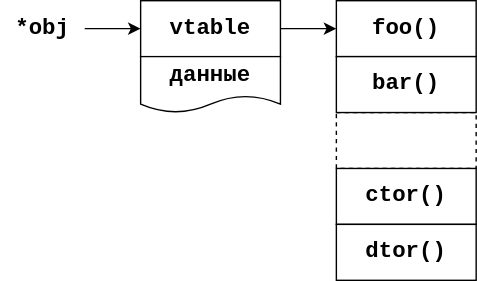
Earlier version of the draw.io export docs/architecture-vtable.svg (NauEngine/as). Source tidied: cells renumbered, new cells last; positions are measured from the earlier drawing's top-left corner, leaving out a move shared by most shapes.
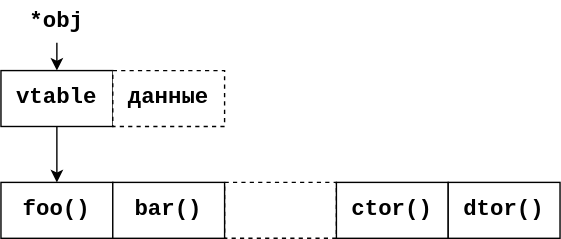
Above is the later version.

What changed in the source:
```diff
@@ -2,35 +2,35 @@
   <root>
     <mxCell id="0" />
     <mxCell id="1" parent="0" />
-    <mxCell id="2" style="edgeStyle=orthogonalEdgeStyle;rounded=0;jettySize=auto;html=1;" parent="1" edge="1" source="3" target="5">
+    <mxCell id="2" style="rounded=0;jettySize=auto;html=1;exitX=0.5;exitY=1;exitDx=0;exitDy=0;entryX=0.5;entryY=0;entryDx=0;entryDy=0;" parent="1" edge="1" source="3" target="5">
       <mxGeometry relative="1" as="geometry" />
     </mxCell>
     <mxCell id="3" value="*obj" style="text;html=1;align=center;verticalAlign=middle;whiteSpace=wrap;rounded=0;fontFamily=Courier New;fontStyle=1;fontSize=16;" parent="1" vertex="1">
-      <mxGeometry y="5" width="60" height="30" as="geometry" />
+      <mxGeometry x="110" y="-30" width="60" height="30" as="geometry" />
     </mxCell>
-    <mxCell id="4" style="edgeStyle=orthogonalEdgeStyle;rounded=0;jettySize=auto;html=1;entryX=0;entryY=0.5;entryDx=0;entryDy=0;" parent="1" edge="1" source="5" target="6">
+    <mxCell id="4" style="rounded=0;jettySize=auto;html=1;exitX=0.5;exitY=1;exitDx=0;exitDy=0;entryX=0.5;entryY=0;entryDx=0;entryDy=0;" parent="1" edge="1" source="5" target="6">
       <mxGeometry relative="1" as="geometry" />
     </mxCell>
     <mxCell id="5" value="vtable" style="rounded=0;whiteSpace=wrap;html=1;fontFamily=Courier New;fontSize=16;fontStyle=1;" parent="1" vertex="1">
-      <mxGeometry x="100" width="100" height="40" as="geometry" />
+      <mxGeometry x="100" y="20" width="80" height="40" as="geometry" />
     </mxCell>
     <mxCell id="6" value="foo()" style="rounded=0;whiteSpace=wrap;html=1;fontFamily=Courier New;fontSize=16;fontStyle=1;" parent="1" vertex="1">
-      <mxGeometry x="240" width="100" height="40" as="geometry" />
+      <mxGeometry x="100" y="100" width="80" height="40" as="geometry" />
     </mxCell>
-    <mxCell id="7" value="данные" style="shape=document;whiteSpace=wrap;html=1;boundedLbl=1;fontFamily=Courier New;fontSize=16;fontStyle=1;" parent="1" vertex="1">
-      <mxGeometry x="100" y="40" width="100" height="40" as="geometry" />
-    </mxCell>
     <mxCell id="8" style="rounded=0;whiteSpace=wrap;html=1;fontFamily=Courier New;fontSize=16;fontStyle=1;dashed=1;" parent="1" vertex="1">
-      <mxGeometry x="240" y="80" width="100" height="40" as="geometry" />
+      <mxGeometry x="260" y="100" width="80" height="40" as="geometry" />
     </mxCell>
     <mxCell id="9" value="bar()" style="rounded=0;whiteSpace=wrap;html=1;fontFamily=Courier New;fontSize=16;fontStyle=1;" parent="1" vertex="1">
-      <mxGeometry x="240" y="40" width="100" height="40" as="geometry" />
+      <mxGeometry x="180" y="100" width="80" height="40" as="geometry" />
     </mxCell>
     <mxCell id="10" value="ctor()" style="rounded=0;whiteSpace=wrap;html=1;fontFamily=Courier New;fontSize=16;fontStyle=1;" parent="1" vertex="1">
-      <mxGeometry x="240" y="120" width="100" height="40" as="geometry" />
+      <mxGeometry x="340" y="100" width="80" height="40" as="geometry" />
     </mxCell>
     <mxCell id="11" value="dtor()" style="rounded=0;whiteSpace=wrap;html=1;fontFamily=Courier New;fontSize=16;fontStyle=1;" parent="1" vertex="1">
-      <mxGeometry x="240" y="160" width="100" height="40" as="geometry" />
+      <mxGeometry x="420" y="100" width="80" height="40" as="geometry" />
     </mxCell>
+    <mxCell id="7" value="данные" style="rounded=0;whiteSpace=wrap;html=1;fontFamily=Courier New;fontSize=16;fontStyle=1;dashed=1;" parent="1" vertex="1">
+      <mxGeometry x="180" y="20" width="80" height="40" as="geometry" />
+    </mxCell>
   </root>
 </mxGraphModel>
```
